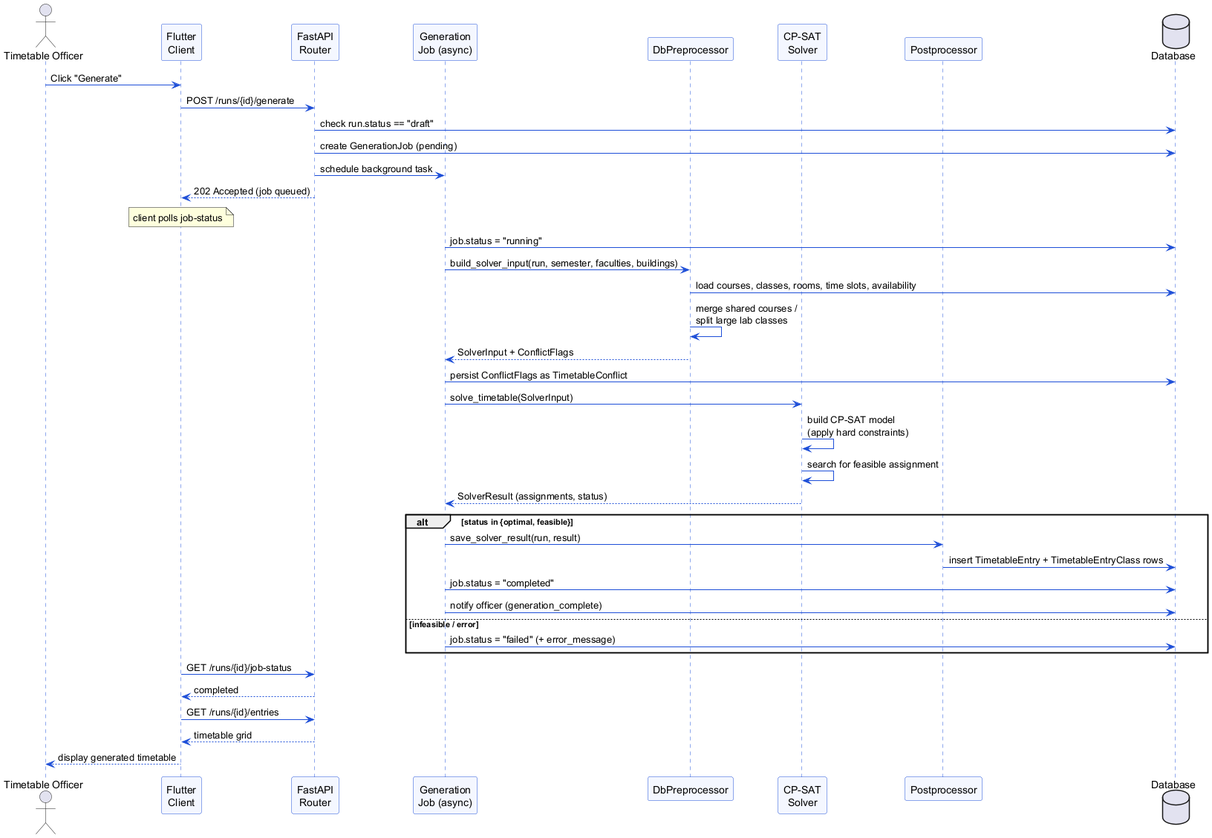
Bradfordnfor/Final-Year-Project keeps this PlantUML diagram as docs/report/diagrams/seq_generation.png. Above is the earlier version. Its diagram source:
```plantuml
@startuml seq_generation
skinparam shadowing false
skinparam sequenceArrowColor #1D4ED8
skinparam sequenceLifeLineBorderColor #1D4ED8
skinparam participantBorderColor #1D4ED8
skinparam participantBackgroundColor #F4F7FF

actor "Timetable Officer" as TO
participant "Flutter\nClient" as UI
participant "FastAPI\nRouter" as API
participant "Generation\nJob (async)" as JOB
participant "DbPreprocessor" as PRE
participant "CP-SAT\nSolver" as SOL
participant "Postprocessor" as POST
database "Database" as DB

TO -> UI : Click "Generate"
UI -> API : POST /runs/{id}/generate
API -> DB : check run.status == "draft"
API -> DB : create GenerationJob (pending)
API -> JOB : schedule background task
API --> UI : 202 Accepted (job queued)

note over UI : client polls job-status

JOB -> DB : job.status = "running"
JOB -> PRE : build_solver_input(run, semester, faculties, buildings)
PRE -> DB : load courses, classes, rooms, time slots, availability
PRE -> PRE : merge shared courses /\nsplit large lab classes
PRE --> JOB : SolverInput + ConflictFlags
JOB -> DB : persist ConflictFlags as TimetableConflict
JOB -> SOL : solve_timetable(SolverInput)
SOL -> SOL : build CP-SAT model\n(apply hard constraints)
SOL -> SOL : search for feasible assignment
SOL --> JOB : SolverResult (assignments, status)

alt status in {optimal, feasible}
  JOB -> POST : save_solver_result(run, result)
  POST -> DB : insert TimetableEntry + TimetableEntryClass rows
  JOB -> DB : job.status = "completed"
  JOB -> DB : notify officer (generation_complete)
else infeasible / error
  JOB -> DB : job.status = "failed" (+ error_message)
end

UI -> API : GET /runs/{id}/job-status
API --> UI : completed
UI -> API : GET /runs/{id}/entries
API --> UI : timetable grid
UI --> TO : display generated timetable

@enduml
```
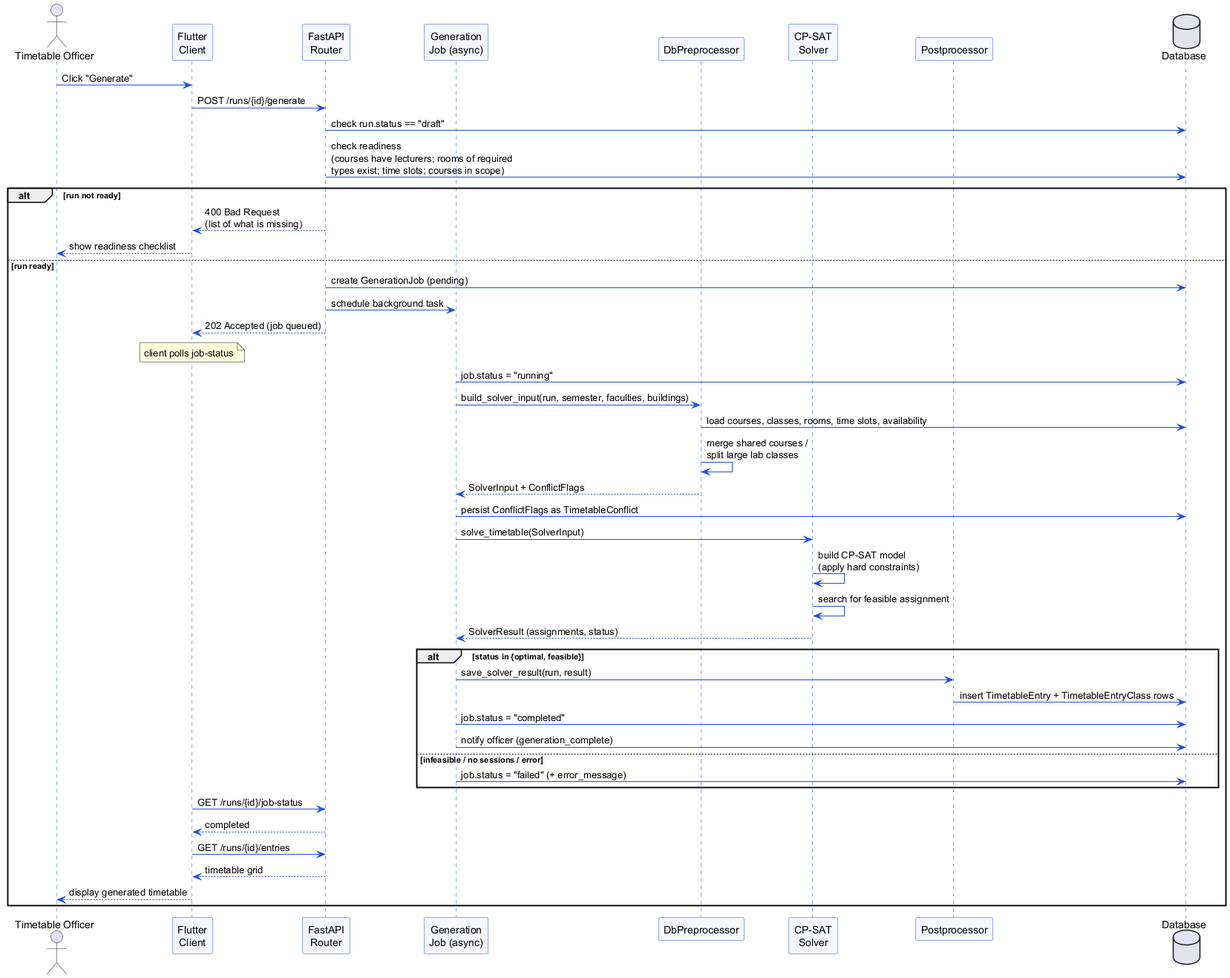
Above is the later version.

What changed in the source:
```diff
@@ -17,36 +17,43 @@
 TO -> UI : Click "Generate"
 UI -> API : POST /runs/{id}/generate
 API -> DB : check run.status == "draft"
-API -> DB : create GenerationJob (pending)
-API -> JOB : schedule background task
-API --> UI : 202 Accepted (job queued)
+API -> DB : check readiness\n(courses have lecturers; rooms of required\ntypes exist; time slots; courses in scope)
 
-note over UI : client polls job-status
+alt run not ready
+  API --> UI : 400 Bad Request\n(list of what is missing)
+  UI --> TO : show readiness checklist
+else run ready
+  API -> DB : create GenerationJob (pending)
+  API -> JOB : schedule background task
+  API --> UI : 202 Accepted (job queued)
 
-JOB -> DB : job.status = "running"
-JOB -> PRE : build_solver_input(run, semester, faculties, buildings)
-PRE -> DB : load courses, classes, rooms, time slots, availability
-PRE -> PRE : merge shared courses /\nsplit large lab classes
-PRE --> JOB : SolverInput + ConflictFlags
-JOB -> DB : persist ConflictFlags as TimetableConflict
-JOB -> SOL : solve_timetable(SolverInput)
-SOL -> SOL : build CP-SAT model\n(apply hard constraints)
-SOL -> SOL : search for feasible assignment
-SOL --> JOB : SolverResult (assignments, status)
+  note over UI : client polls job-status
 
-alt status in {optimal, feasible}
-  JOB -> POST : save_solver_result(run, result)
-  POST -> DB : insert TimetableEntry + TimetableEntryClass rows
-  JOB -> DB : job.status = "completed"
-  JOB -> DB : notify officer (generation_complete)
-else infeasible / error
-  JOB -> DB : job.status = "failed" (+ error_message)
+  JOB -> DB : job.status = "running"
+  JOB -> PRE : build_solver_input(run, semester, faculties, buildings)
+  PRE -> DB : load courses, classes, rooms, time slots, availability
+  PRE -> PRE : merge shared courses /\nsplit large lab classes
+  PRE --> JOB : SolverInput + ConflictFlags
+  JOB -> DB : persist ConflictFlags as TimetableConflict
+  JOB -> SOL : solve_timetable(SolverInput)
+  SOL -> SOL : build CP-SAT model\n(apply hard constraints)
+  SOL -> SOL : search for feasible assignment
+  SOL --> JOB : SolverResult (assignments, status)
+
+  alt status in {optimal, feasible}
+    JOB -> POST : save_solver_result(run, result)
+    POST -> DB : insert TimetableEntry + TimetableEntryClass rows
+    JOB -> DB : job.status = "completed"
+    JOB -> DB : notify officer (generation_complete)
+  else infeasible / no sessions / error
+    JOB -> DB : job.status = "failed" (+ error_message)
+  end
+
+  UI -> API : GET /runs/{id}/job-status
+  API --> UI : completed
+  UI -> API : GET /runs/{id}/entries
+  API --> UI : timetable grid
+  UI --> TO : display generated timetable
 end
 
-UI -> API : GET /runs/{id}/job-status
-API --> UI : completed
-UI -> API : GET /runs/{id}/entries
-API --> UI : timetable grid
-UI --> TO : display generated timetable
-
 @enduml
```
